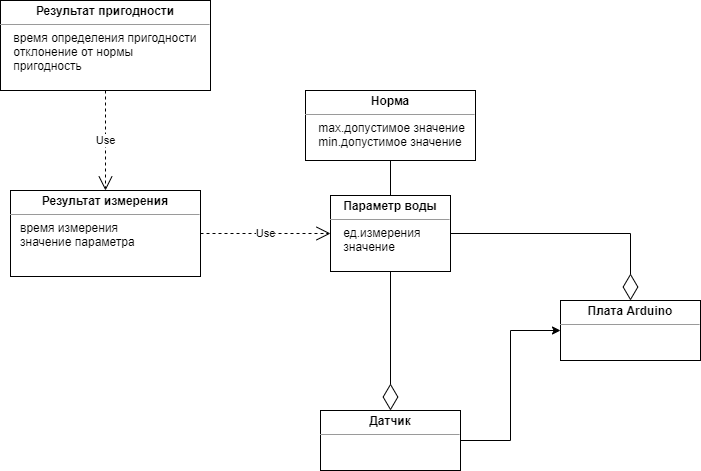
Before: DomainModel.png, a diagram exported from draw.io (MaxZ07/Crystal). Source tidied: cells renumbered, new cells last; positions are measured from the earlier drawing's top-left corner, leaving out a move shared by most shapes. The source it was exported from:
```xml
<mxGraphModel>
  <root>
    <mxCell id="0" />
    <mxCell id="1" parent="0" />
    <mxCell id="2" value="&lt;p style=&quot;margin: 0px ; margin-top: 4px ; text-align: center&quot;&gt;&lt;b&gt;Параметр воды&lt;/b&gt;&lt;/p&gt;&lt;hr size=&quot;1&quot;&gt;&lt;div style=&quot;height: 2px&quot;&gt;&amp;nbsp; &amp;nbsp; ед.измерения&lt;br&gt;&amp;nbsp; &amp;nbsp; значение&lt;/div&gt;" style="verticalAlign=top;align=left;overflow=fill;fontSize=12;fontFamily=Helvetica;html=1;" parent="1" vertex="1">
      <mxGeometry x="330" y="195" width="120" height="76" as="geometry" />
    </mxCell>
    <mxCell id="3" value="&lt;p style=&quot;margin: 0px ; margin-top: 4px ; text-align: center&quot;&gt;&lt;b&gt;Норма&lt;/b&gt;&lt;/p&gt;&lt;hr size=&quot;1&quot;&gt;&lt;div style=&quot;height: 2px&quot;&gt;&amp;nbsp; &amp;nbsp; max.допустимое значение&lt;br&gt;&amp;nbsp; &amp;nbsp; min.допустимое значение&lt;/div&gt;&lt;div style=&quot;height: 2px&quot;&gt;&lt;br&gt;&lt;/div&gt;" style="verticalAlign=top;align=left;overflow=fill;fontSize=12;fontFamily=Helvetica;html=1;" parent="1" vertex="1">
      <mxGeometry x="305" y="90" width="170" height="70" as="geometry" />
    </mxCell>
    <mxCell id="4" style="edgeStyle=orthogonalEdgeStyle;rounded=0;jettySize=auto;html=1;exitX=1;exitY=0.5;exitDx=0;exitDy=0;entryX=0;entryY=0.5;entryDx=0;entryDy=0;" parent="1" edge="1" source="5" target="7">
      <mxGeometry relative="1" as="geometry" />
    </mxCell>
    <mxCell id="5" value="&lt;p style=&quot;margin: 0px ; margin-top: 4px ; text-align: center&quot;&gt;&lt;b&gt;Датчик&lt;/b&gt;&lt;/p&gt;&lt;hr size=&quot;1&quot;&gt;&lt;div style=&quot;height: 2px&quot;&gt;&amp;nbsp;&amp;nbsp;&lt;/div&gt;" style="verticalAlign=top;align=left;overflow=fill;fontSize=12;fontFamily=Helvetica;html=1;" parent="1" vertex="1">
      <mxGeometry x="320" y="410" width="140" height="60" as="geometry" />
    </mxCell>
    <mxCell id="6" value="&lt;p style=&quot;margin: 0px ; margin-top: 4px ; text-align: center&quot;&gt;&lt;b&gt;Результат измерения&lt;/b&gt;&lt;/p&gt;&lt;hr size=&quot;1&quot;&gt;&lt;div style=&quot;height: 2px&quot;&gt;&amp;nbsp; &amp;nbsp;время измерения&lt;br&gt;&amp;nbsp; &amp;nbsp;значение параметра&lt;/div&gt;" style="verticalAlign=top;align=left;overflow=fill;fontSize=12;fontFamily=Helvetica;html=1;" parent="1" vertex="1">
      <mxGeometry x="10" y="190" width="190" height="86" as="geometry" />
    </mxCell>
    <mxCell id="7" value="&lt;p style=&quot;margin: 0px ; margin-top: 4px ; text-align: center&quot;&gt;&lt;b&gt;Плата Arduino&lt;/b&gt;&lt;/p&gt;&lt;hr size=&quot;1&quot;&gt;&lt;div style=&quot;height: 2px&quot;&gt;&lt;/div&gt;" style="verticalAlign=top;align=left;overflow=fill;fontSize=12;fontFamily=Helvetica;html=1;" parent="1" vertex="1">
      <mxGeometry x="560" y="300" width="140" height="60" as="geometry" />
    </mxCell>
    <mxCell id="8" style="endArrow=none;html=1;rounded=0;entryX=0.5;entryY=1;entryDx=0;entryDy=0;exitX=0.5;exitY=0;exitDx=0;exitDy=0;" parent="1" edge="1" source="2" target="3">
      <mxGeometry relative="1" as="geometry" />
    </mxCell>
    <mxCell id="9" style="endArrow=diamondThin;endFill=0;endSize=24;html=1;rounded=0;exitX=0.5;exitY=1;exitDx=0;exitDy=0;" parent="1" edge="1" source="2" target="5">
      <mxGeometry relative="1" as="geometry" />
    </mxCell>
    <mxCell id="10" value="Use" style="endArrow=open;endSize=12;dashed=1;html=1;rounded=0;exitX=1;exitY=0.5;exitDx=0;exitDy=0;entryX=0;entryY=0.5;entryDx=0;entryDy=0;" parent="1" edge="1" source="6" target="2">
      <mxGeometry relative="1" as="geometry" />
    </mxCell>
    <mxCell id="11" value="&lt;p style=&quot;margin: 0px ; margin-top: 4px ; text-align: center&quot;&gt;&lt;b&gt;Результат пригодности&lt;/b&gt;&lt;/p&gt;&lt;hr size=&quot;1&quot;&gt;&lt;div style=&quot;height: 2px&quot;&gt;&amp;nbsp; &amp;nbsp; время определения пригодности&lt;br&gt;&amp;nbsp; &amp;nbsp; отклонение от нормы&lt;br&gt;&amp;nbsp; &amp;nbsp; пригодность&lt;/div&gt;" style="verticalAlign=top;align=left;overflow=fill;fontSize=12;fontFamily=Helvetica;html=1;" parent="1" vertex="1">
      <mxGeometry width="210" height="90" as="geometry" />
    </mxCell>
    <mxCell id="12" value="Use" style="endArrow=open;endSize=12;dashed=1;html=1;rounded=0;exitX=0.5;exitY=1;exitDx=0;exitDy=0;entryX=0.5;entryY=0;entryDx=0;entryDy=0;" parent="1" edge="1" source="11" target="6">
      <mxGeometry relative="1" as="geometry" />
    </mxCell>
    <mxCell id="13" style="endArrow=diamondThin;endFill=0;endSize=24;html=1;rounded=0;exitX=1;exitY=0.5;exitDx=0;exitDy=0;entryX=0.5;entryY=0;entryDx=0;entryDy=0;" parent="1" edge="1" source="2" target="7">
      <mxGeometry relative="1" as="geometry">
        <Array as="points">
          <mxPoint x="630" y="233" />
        </Array>
      </mxGeometry>
    </mxCell>
  </root>
</mxGraphModel>
```
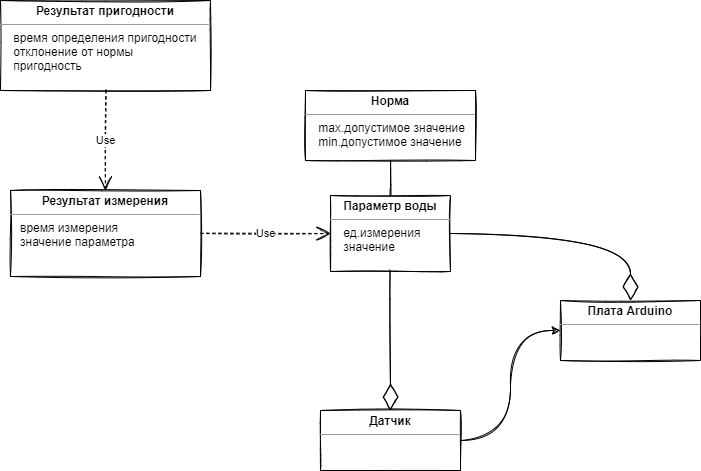
Later version of the same file.

Change to the diagram source:
```diff
@@ -2,40 +2,40 @@
   <root>
     <mxCell id="0" />
     <mxCell id="1" parent="0" />
-    <mxCell id="2" value="&lt;p style=&quot;margin: 0px ; margin-top: 4px ; text-align: center&quot;&gt;&lt;b&gt;Параметр воды&lt;/b&gt;&lt;/p&gt;&lt;hr size=&quot;1&quot;&gt;&lt;div style=&quot;height: 2px&quot;&gt;&amp;nbsp; &amp;nbsp; ед.измерения&lt;br&gt;&amp;nbsp; &amp;nbsp; значение&lt;/div&gt;" style="verticalAlign=top;align=left;overflow=fill;fontSize=12;fontFamily=Helvetica;html=1;" parent="1" vertex="1">
+    <mxCell id="2" value="&lt;p style=&quot;margin: 0px ; margin-top: 4px ; text-align: center&quot;&gt;&lt;b&gt;Параметр воды&lt;/b&gt;&lt;/p&gt;&lt;hr size=&quot;1&quot;&gt;&lt;div style=&quot;height: 2px&quot;&gt;&amp;nbsp; &amp;nbsp; ед.измерения&lt;br&gt;&amp;nbsp; &amp;nbsp; значение&lt;/div&gt;" style="verticalAlign=top;align=left;overflow=fill;fontSize=12;fontFamily=Helvetica;html=1;rounded=0;sketch=1;" parent="1" vertex="1">
       <mxGeometry x="330" y="195" width="120" height="76" as="geometry" />
     </mxCell>
-    <mxCell id="3" value="&lt;p style=&quot;margin: 0px ; margin-top: 4px ; text-align: center&quot;&gt;&lt;b&gt;Норма&lt;/b&gt;&lt;/p&gt;&lt;hr size=&quot;1&quot;&gt;&lt;div style=&quot;height: 2px&quot;&gt;&amp;nbsp; &amp;nbsp; max.допустимое значение&lt;br&gt;&amp;nbsp; &amp;nbsp; min.допустимое значение&lt;/div&gt;&lt;div style=&quot;height: 2px&quot;&gt;&lt;br&gt;&lt;/div&gt;" style="verticalAlign=top;align=left;overflow=fill;fontSize=12;fontFamily=Helvetica;html=1;" parent="1" vertex="1">
+    <mxCell id="3" value="&lt;p style=&quot;margin: 0px ; margin-top: 4px ; text-align: center&quot;&gt;&lt;b&gt;Норма&lt;/b&gt;&lt;/p&gt;&lt;hr size=&quot;1&quot;&gt;&lt;div style=&quot;height: 2px&quot;&gt;&amp;nbsp; &amp;nbsp; max.допустимое значение&lt;br&gt;&amp;nbsp; &amp;nbsp; min.допустимое значение&lt;/div&gt;&lt;div style=&quot;height: 2px&quot;&gt;&lt;br&gt;&lt;/div&gt;" style="verticalAlign=top;align=left;overflow=fill;fontSize=12;fontFamily=Helvetica;html=1;rounded=0;sketch=1;" parent="1" vertex="1">
       <mxGeometry x="305" y="90" width="170" height="70" as="geometry" />
     </mxCell>
-    <mxCell id="4" style="edgeStyle=orthogonalEdgeStyle;rounded=0;jettySize=auto;html=1;exitX=1;exitY=0.5;exitDx=0;exitDy=0;entryX=0;entryY=0.5;entryDx=0;entryDy=0;" parent="1" edge="1" source="5" target="7">
+    <mxCell id="4" style="edgeStyle=orthogonalEdgeStyle;rounded=0;jettySize=auto;html=1;exitX=1;exitY=0.5;exitDx=0;exitDy=0;entryX=0;entryY=0.5;entryDx=0;entryDy=0;sketch=1;curved=1;" parent="1" edge="1" source="5" target="7">
       <mxGeometry relative="1" as="geometry" />
     </mxCell>
-    <mxCell id="5" value="&lt;p style=&quot;margin: 0px ; margin-top: 4px ; text-align: center&quot;&gt;&lt;b&gt;Датчик&lt;/b&gt;&lt;/p&gt;&lt;hr size=&quot;1&quot;&gt;&lt;div style=&quot;height: 2px&quot;&gt;&amp;nbsp;&amp;nbsp;&lt;/div&gt;" style="verticalAlign=top;align=left;overflow=fill;fontSize=12;fontFamily=Helvetica;html=1;" parent="1" vertex="1">
+    <mxCell id="5" value="&lt;p style=&quot;margin: 0px ; margin-top: 4px ; text-align: center&quot;&gt;&lt;b&gt;Датчик&lt;/b&gt;&lt;/p&gt;&lt;hr size=&quot;1&quot;&gt;&lt;div style=&quot;height: 2px&quot;&gt;&amp;nbsp;&amp;nbsp;&lt;/div&gt;" style="verticalAlign=top;align=left;overflow=fill;fontSize=12;fontFamily=Helvetica;html=1;rounded=0;sketch=1;" parent="1" vertex="1">
       <mxGeometry x="320" y="410" width="140" height="60" as="geometry" />
     </mxCell>
-    <mxCell id="6" value="&lt;p style=&quot;margin: 0px ; margin-top: 4px ; text-align: center&quot;&gt;&lt;b&gt;Результат измерения&lt;/b&gt;&lt;/p&gt;&lt;hr size=&quot;1&quot;&gt;&lt;div style=&quot;height: 2px&quot;&gt;&amp;nbsp; &amp;nbsp;время измерения&lt;br&gt;&amp;nbsp; &amp;nbsp;значение параметра&lt;/div&gt;" style="verticalAlign=top;align=left;overflow=fill;fontSize=12;fontFamily=Helvetica;html=1;" parent="1" vertex="1">
+    <mxCell id="6" value="&lt;p style=&quot;margin: 0px ; margin-top: 4px ; text-align: center&quot;&gt;&lt;b&gt;Результат измерения&lt;/b&gt;&lt;/p&gt;&lt;hr size=&quot;1&quot;&gt;&lt;div style=&quot;height: 2px&quot;&gt;&amp;nbsp; &amp;nbsp;время измерения&lt;br&gt;&amp;nbsp; &amp;nbsp;значение параметра&lt;/div&gt;" style="verticalAlign=top;align=left;overflow=fill;fontSize=12;fontFamily=Helvetica;html=1;rounded=0;sketch=1;" parent="1" vertex="1">
       <mxGeometry x="10" y="190" width="190" height="86" as="geometry" />
     </mxCell>
-    <mxCell id="7" value="&lt;p style=&quot;margin: 0px ; margin-top: 4px ; text-align: center&quot;&gt;&lt;b&gt;Плата Arduino&lt;/b&gt;&lt;/p&gt;&lt;hr size=&quot;1&quot;&gt;&lt;div style=&quot;height: 2px&quot;&gt;&lt;/div&gt;" style="verticalAlign=top;align=left;overflow=fill;fontSize=12;fontFamily=Helvetica;html=1;" parent="1" vertex="1">
+    <mxCell id="7" value="&lt;p style=&quot;margin: 0px ; margin-top: 4px ; text-align: center&quot;&gt;&lt;b&gt;Плата Arduino&lt;/b&gt;&lt;/p&gt;&lt;hr size=&quot;1&quot;&gt;&lt;div style=&quot;height: 2px&quot;&gt;&lt;/div&gt;" style="verticalAlign=top;align=left;overflow=fill;fontSize=12;fontFamily=Helvetica;html=1;rounded=0;sketch=1;" parent="1" vertex="1">
       <mxGeometry x="560" y="300" width="140" height="60" as="geometry" />
     </mxCell>
-    <mxCell id="8" style="endArrow=none;html=1;rounded=0;entryX=0.5;entryY=1;entryDx=0;entryDy=0;exitX=0.5;exitY=0;exitDx=0;exitDy=0;" parent="1" edge="1" source="2" target="3">
+    <mxCell id="8" style="endArrow=none;html=1;rounded=0;entryX=0.5;entryY=1;entryDx=0;entryDy=0;exitX=0.5;exitY=0;exitDx=0;exitDy=0;sketch=1;curved=1;" parent="1" edge="1" source="2" target="3">
       <mxGeometry relative="1" as="geometry" />
     </mxCell>
-    <mxCell id="9" style="endArrow=diamondThin;endFill=0;endSize=24;html=1;rounded=0;exitX=0.5;exitY=1;exitDx=0;exitDy=0;" parent="1" edge="1" source="2" target="5">
+    <mxCell id="9" style="endArrow=diamondThin;endFill=0;endSize=24;html=1;rounded=0;exitX=0.5;exitY=1;exitDx=0;exitDy=0;sketch=1;curved=1;" parent="1" edge="1" source="2" target="5">
       <mxGeometry relative="1" as="geometry" />
     </mxCell>
-    <mxCell id="10" value="Use" style="endArrow=open;endSize=12;dashed=1;html=1;rounded=0;exitX=1;exitY=0.5;exitDx=0;exitDy=0;entryX=0;entryY=0.5;entryDx=0;entryDy=0;" parent="1" edge="1" source="6" target="2">
+    <mxCell id="10" value="Use" style="endArrow=open;endSize=12;dashed=1;html=1;rounded=0;exitX=1;exitY=0.5;exitDx=0;exitDy=0;entryX=0;entryY=0.5;entryDx=0;entryDy=0;sketch=1;curved=1;" parent="1" edge="1" source="6" target="2">
       <mxGeometry relative="1" as="geometry" />
     </mxCell>
-    <mxCell id="11" value="&lt;p style=&quot;margin: 0px ; margin-top: 4px ; text-align: center&quot;&gt;&lt;b&gt;Результат пригодности&lt;/b&gt;&lt;/p&gt;&lt;hr size=&quot;1&quot;&gt;&lt;div style=&quot;height: 2px&quot;&gt;&amp;nbsp; &amp;nbsp; время определения пригодности&lt;br&gt;&amp;nbsp; &amp;nbsp; отклонение от нормы&lt;br&gt;&amp;nbsp; &amp;nbsp; пригодность&lt;/div&gt;" style="verticalAlign=top;align=left;overflow=fill;fontSize=12;fontFamily=Helvetica;html=1;" parent="1" vertex="1">
+    <mxCell id="11" value="&lt;p style=&quot;margin: 0px ; margin-top: 4px ; text-align: center&quot;&gt;&lt;b&gt;Результат пригодности&lt;/b&gt;&lt;/p&gt;&lt;hr size=&quot;1&quot;&gt;&lt;div style=&quot;height: 2px&quot;&gt;&amp;nbsp; &amp;nbsp; время определения пригодности&lt;br&gt;&amp;nbsp; &amp;nbsp; отклонение от нормы&lt;br&gt;&amp;nbsp; &amp;nbsp; пригодность&lt;/div&gt;" style="verticalAlign=top;align=left;overflow=fill;fontSize=12;fontFamily=Helvetica;html=1;rounded=0;sketch=1;" parent="1" vertex="1">
       <mxGeometry width="210" height="90" as="geometry" />
     </mxCell>
-    <mxCell id="12" value="Use" style="endArrow=open;endSize=12;dashed=1;html=1;rounded=0;exitX=0.5;exitY=1;exitDx=0;exitDy=0;entryX=0.5;entryY=0;entryDx=0;entryDy=0;" parent="1" edge="1" source="11" target="6">
+    <mxCell id="12" value="Use" style="endArrow=open;endSize=12;dashed=1;html=1;rounded=0;exitX=0.5;exitY=1;exitDx=0;exitDy=0;entryX=0.5;entryY=0;entryDx=0;entryDy=0;sketch=1;curved=1;" parent="1" edge="1" source="11" target="6">
       <mxGeometry relative="1" as="geometry" />
     </mxCell>
-    <mxCell id="13" style="endArrow=diamondThin;endFill=0;endSize=24;html=1;rounded=0;exitX=1;exitY=0.5;exitDx=0;exitDy=0;entryX=0.5;entryY=0;entryDx=0;entryDy=0;" parent="1" edge="1" source="2" target="7">
+    <mxCell id="13" style="endArrow=diamondThin;endFill=0;endSize=24;html=1;rounded=0;exitX=1;exitY=0.5;exitDx=0;exitDy=0;entryX=0.5;entryY=0;entryDx=0;entryDy=0;sketch=1;curved=1;" parent="1" edge="1" source="2" target="7">
       <mxGeometry relative="1" as="geometry">
         <Array as="points">
           <mxPoint x="630" y="233" />
```
